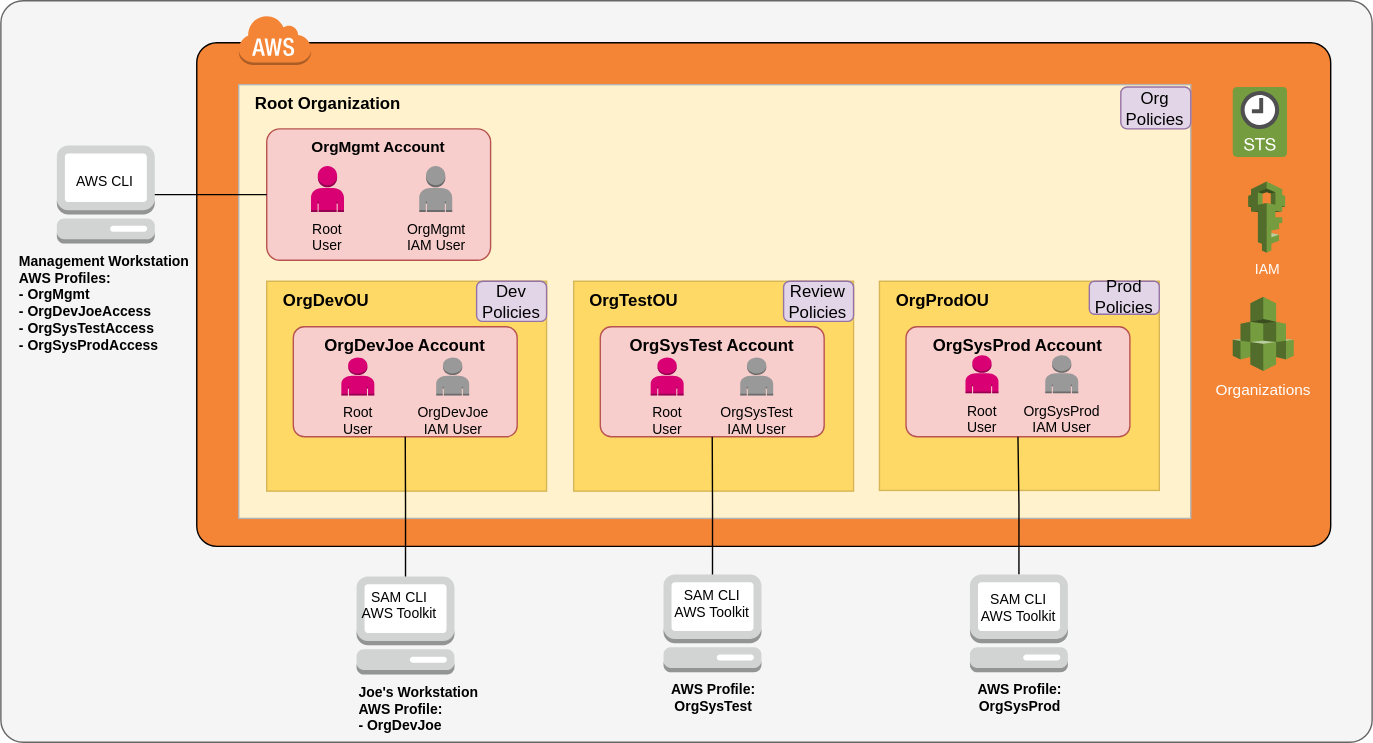
Earlier version of the draw.io export src/assets/img/AwsProdSetup.svg (InSciCo/InSciCo). Source tidied: cells renumbered, new cells last; positions are measured from the earlier drawing's top-left corner, leaving out a move shared by most shapes.
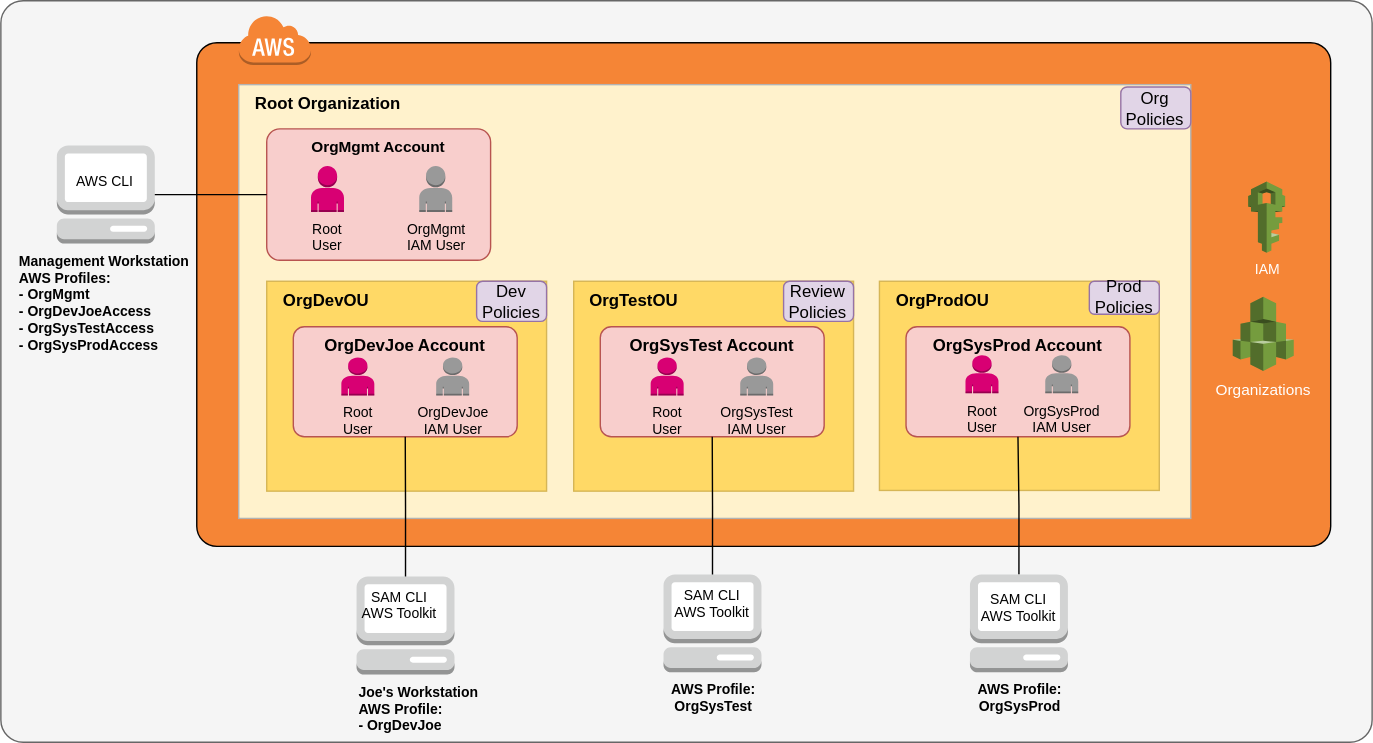
The same diagram one commit later.

Change to the diagram source:
```diff
@@ -20,9 +20,6 @@
     <mxCell id="7" style="dashed=0;html=1;shape=mxgraph.aws3.cloud;fillColor=#F58536;gradientColor=none;dashed=0;strokeWidth=1;fontSize=10;fontColor=#000000;" parent="1" vertex="1">
       <mxGeometry x="169.7" y="10" width="52" height="36" as="geometry" />
     </mxCell>
-    <mxCell id="8" style="dashed=0;verticalLabelPosition=bottom;verticalAlign=top;align=center;html=1;shape=mxgraph.aws3.sts_2;fillColor=#759C3E;gradientColor=none;fontSize=10;fontColor=#FFFFFF;" parent="1" vertex="1">
-      <mxGeometry x="880.4" y="61.6" width="38.8" height="50" as="geometry" />
-    </mxCell>
     <mxCell id="9" value="IAM" style="dashed=0;verticalLabelPosition=bottom;verticalAlign=top;align=center;html=1;shape=mxgraph.aws3.iam;fillColor=#759C3E;gradientColor=none;fontSize=10;fontColor=#FFFFFF;" parent="1" vertex="1">
       <mxGeometry x="891.4" y="129.2" width="26.4" height="51" as="geometry" />
     </mxCell>
```
